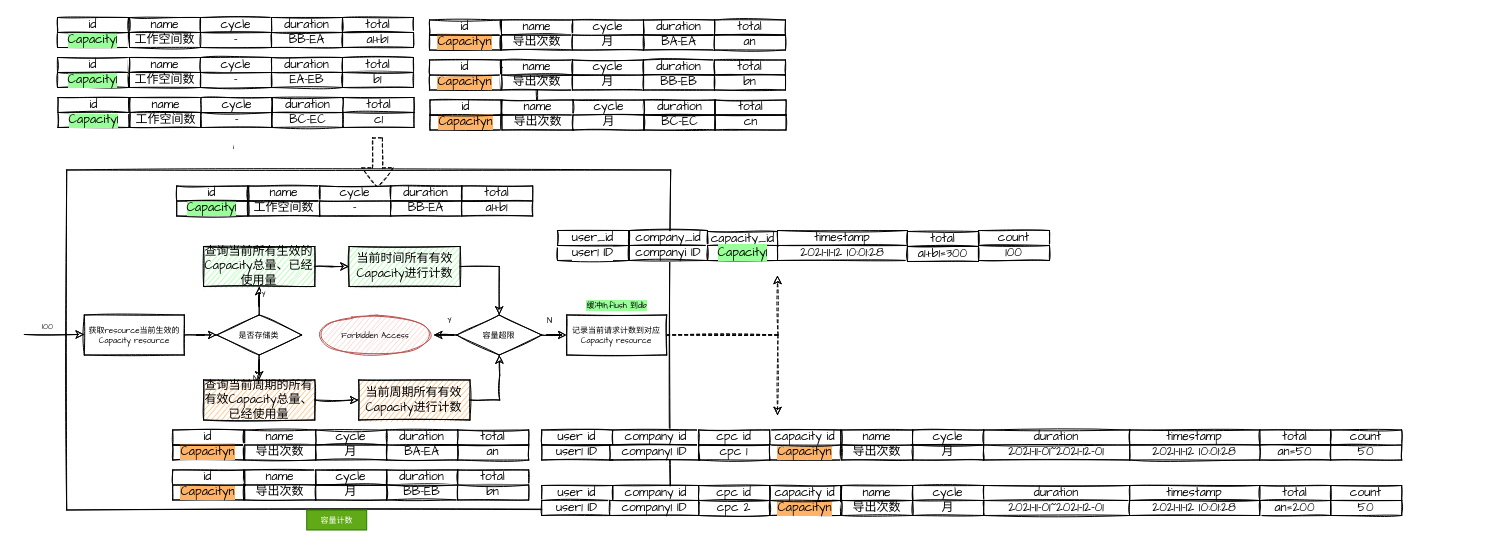
yindongjun/gangzhang.github.io keeps this draw.io diagram as page "Capacity Usage" (4 of 4) of Capacity Management.drawio. Above is the earlier version. Source tidied: cells renumbered, new cells numbered last; positions are measured from the earlier drawing's top-left corner, leaving out a move shared by most shapes. Both pictures are drawn from the tidied source at 100%, with x=0, y=0 at pixel (24, 17).
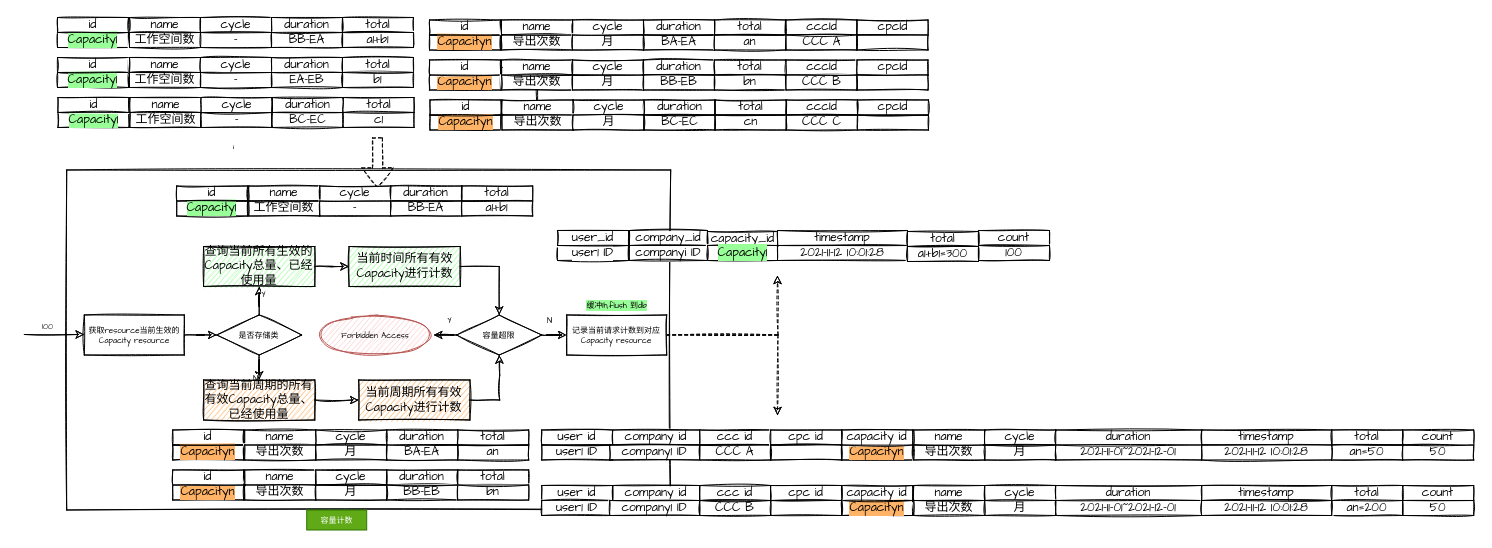
The same page after the edit.

What changed in the source:
```diff
@@
     <mxCell id="134" value="&lt;span style=&quot;background-color: rgb(255 , 179 , 102)&quot;&gt;Capacityn&lt;/span&gt;" style="rounded=0;whiteSpace=wrap;html=1;shadow=0;sketch=1;fontFamily=Comic Sans MS;" parent="1" vertex="1">
-      <mxGeometry x="745.2" y="427.5" width="71" height="15" as="geometry" />
+      <mxGeometry x="817.2" y="427.5" width="71" height="15" as="geometry" />
     </mxCell>
     <mxCell id="135" value="capacity id" style="rounded=0;whiteSpace=wrap;html=1;shadow=0;sketch=1;fontFamily=Comic Sans MS;" parent="1" vertex="1">
-      <mxGeometry x="745.2" y="412.5" width="71" height="15" as="geometry" />
+      <mxGeometry x="817.2" y="412.5" width="71" height="15" as="geometry" />
     </mxCell>
     <mxCell id="136" value="name" style="rounded=0;whiteSpace=wrap;html=1;shadow=0;sketch=1;fontFamily=Comic Sans MS;" parent="1" vertex="1">
-      <mxGeometry x="817.2" y="412.5" width="71" height="15" as="geometry" />
+      <mxGeometry x="889.2" y="412.5" width="71" height="15" as="geometry" />
     </mxCell>
     <mxCell id="137" value="cycle" style="rounded=0;whiteSpace=wrap;html=1;shadow=0;sketch=1;fontFamily=Comic Sans MS;" parent="1" vertex="1">
-      <mxGeometry x="888.2" y="412.5" width="71" height="15" as="geometry" />
+      <mxGeometry x="960.2" y="412.5" width="71" height="15" as="geometry" />
     </mxCell>
     <mxCell id="138" value="duration" style="rounded=0;whiteSpace=wrap;html=1;shadow=0;sketch=1;fontFamily=Comic Sans MS;" parent="1" vertex="1">
-      <mxGeometry x="959.2" y="412.5" width="146" height="15" as="geometry" />
+      <mxGeometry x="1031.2" y="412.5" width="146" height="15" as="geometry" />
     </mxCell>
     <mxCell id="139" value="导出次数" style="rounded=0;whiteSpace=wrap;html=1;shadow=0;sketch=1;fontFamily=Comic Sans MS;" parent="1" vertex="1">
-      <mxGeometry x="817.2" y="427.5" width="71" height="15" as="geometry" />
+      <mxGeometry x="889.2" y="427.5" width="71" height="15" as="geometry" />
     </mxCell>
     <mxCell id="140" value="月" style="rounded=0;whiteSpace=wrap;html=1;shadow=0;sketch=1;fontFamily=Comic Sans MS;" parent="1" vertex="1">
-      <mxGeometry x="888.2" y="427.5" width="71" height="15" as="geometry" />
+      <mxGeometry x="960.2" y="427.5" width="71" height="15" as="geometry" />
     </mxCell>
     <mxCell id="141" value="2021-11-01~2021-12-01" style="rounded=0;whiteSpace=wrap;html=1;shadow=0;sketch=1;fontFamily=Comic Sans MS;" parent="1" vertex="1">
-      <mxGeometry x="959.2" y="427.5" width="146" height="15" as="geometry" />
+      <mxGeometry x="1031.2" y="427.5" width="146" height="15" as="geometry" />
     </mxCell>
     <mxCell id="142" value="total" style="rounded=0;whiteSpace=wrap;html=1;shadow=0;sketch=1;fontFamily=Comic Sans MS;" parent="1" vertex="1">
-      <mxGeometry x="1235.2" y="412.5" width="71" height="15" as="geometry" />
+      <mxGeometry x="1307.2" y="412.5" width="71" height="15" as="geometry" />
     </mxCell>
     <mxCell id="143" value="an=50" style="rounded=0;whiteSpace=wrap;html=1;shadow=0;sketch=1;fontFamily=Comic Sans MS;" parent="1" vertex="1">
-      <mxGeometry x="1235.2" y="427.5" width="71" height="15" as="geometry" />
+      <mxGeometry x="1307.2" y="427.5" width="71" height="15" as="geometry" />
     </mxCell>
@@
-    <mxCell id="148" value="cpc id" style="rounded=0;whiteSpace=wrap;html=1;shadow=0;sketch=1;fontFamily=Comic Sans MS;" parent="1" vertex="1">
-      <mxGeometry x="674.2" y="412.5" width="71" height="15" as="geometry" />
-    </mxCell>
-    <mxCell id="149" value="cpc 1" style="rounded=0;whiteSpace=wrap;html=1;shadow=0;sketch=1;fontFamily=Comic Sans MS;" parent="1" vertex="1">
-      <mxGeometry x="674.2" y="427.5" width="71" height="15" as="geometry" />
-    </mxCell>
     <mxCell id="150" value="timestamp" style="rounded=0;whiteSpace=wrap;html=1;shadow=0;sketch=1;fontFamily=Comic Sans MS;" parent="1" vertex="1">
-      <mxGeometry x="1105.2" y="412.5" width="130" height="15" as="geometry" />
+      <mxGeometry x="1177.2" y="412.5" width="130" height="15" as="geometry" />
     </mxCell>
     <mxCell id="151" value="2021-11-12 10:01:28" style="rounded=0;whiteSpace=wrap;html=1;shadow=0;sketch=1;fontFamily=Comic Sans MS;" parent="1" vertex="1">
-      <mxGeometry x="1105.2" y="427.5" width="130" height="15" as="geometry" />
+      <mxGeometry x="1177.2" y="427.5" width="130" height="15" as="geometry" />
     </mxCell>
     <mxCell id="152" value="count" style="rounded=0;whiteSpace=wrap;html=1;shadow=0;sketch=1;fontFamily=Comic Sans MS;" parent="1" vertex="1">
-      <mxGeometry x="1306.2" y="412.5" width="71" height="15" as="geometry" />
+      <mxGeometry x="1378.2" y="412.5" width="71" height="15" as="geometry" />
     </mxCell>
     <mxCell id="153" value="50" style="rounded=0;whiteSpace=wrap;html=1;shadow=0;sketch=1;fontFamily=Comic Sans MS;" parent="1" vertex="1">
-      <mxGeometry x="1306.2" y="427.5" width="71" height="15" as="geometry" />
+      <mxGeometry x="1378.2" y="427.5" width="71" height="15" as="geometry" />
     </mxCell>
@@
     <mxCell id="156" value="&lt;span style=&quot;background-color: rgb(255 , 179 , 102)&quot;&gt;Capacityn&lt;/span&gt;" style="rounded=0;whiteSpace=wrap;html=1;shadow=0;sketch=1;fontFamily=Comic Sans MS;" parent="1" vertex="1">
-      <mxGeometry x="745.2" y="483" width="71" height="15" as="geometry" />
+      <mxGeometry x="817.2" y="483" width="71" height="15" as="geometry" />
     </mxCell>
     <mxCell id="157" value="capacity id" style="rounded=0;whiteSpace=wrap;html=1;shadow=0;sketch=1;fontFamily=Comic Sans MS;" parent="1" vertex="1">
-      <mxGeometry x="745.2" y="468" width="71" height="15" as="geometry" />
+      <mxGeometry x="817.2" y="468" width="71" height="15" as="geometry" />
     </mxCell>
     <mxCell id="158" value="name" style="rounded=0;whiteSpace=wrap;html=1;shadow=0;sketch=1;fontFamily=Comic Sans MS;" parent="1" vertex="1">
-      <mxGeometry x="817.2" y="468" width="71" height="15" as="geometry" />
+      <mxGeometry x="889.2" y="468" width="71" height="15" as="geometry" />
     </mxCell>
     <mxCell id="159" value="cycle" style="rounded=0;whiteSpace=wrap;html=1;shadow=0;sketch=1;fontFamily=Comic Sans MS;" parent="1" vertex="1">
-      <mxGeometry x="888.2" y="468" width="71" height="15" as="geometry" />
+      <mxGeometry x="960.2" y="468" width="71" height="15" as="geometry" />
     </mxCell>
     <mxCell id="160" value="duration" style="rounded=0;whiteSpace=wrap;html=1;shadow=0;sketch=1;fontFamily=Comic Sans MS;" parent="1" vertex="1">
-      <mxGeometry x="959.2" y="468" width="146" height="15" as="geometry" />
+      <mxGeometry x="1031.2" y="468" width="146" height="15" as="geometry" />
     </mxCell>
     <mxCell id="161" value="导出次数" style="rounded=0;whiteSpace=wrap;html=1;shadow=0;sketch=1;fontFamily=Comic Sans MS;" parent="1" vertex="1">
-      <mxGeometry x="817.2" y="483" width="71" height="15" as="geometry" />
+      <mxGeometry x="889.2" y="483" width="71" height="15" as="geometry" />
     </mxCell>
     <mxCell id="162" value="月" style="rounded=0;whiteSpace=wrap;html=1;shadow=0;sketch=1;fontFamily=Comic Sans MS;" parent="1" vertex="1">
-      <mxGeometry x="888.2" y="483" width="71" height="15" as="geometry" />
+      <mxGeometry x="960.2" y="483" width="71" height="15" as="geometry" />
     </mxCell>
     <mxCell id="163" value="2021-11-01~2021-12-01" style="rounded=0;whiteSpace=wrap;html=1;shadow=0;sketch=1;fontFamily=Comic Sans MS;" parent="1" vertex="1">
-      <mxGeometry x="959.2" y="483" width="146" height="15" as="geometry" />
+      <mxGeometry x="1031.2" y="483" width="146" height="15" as="geometry" />
     </mxCell>
     <mxCell id="164" value="total" style="rounded=0;whiteSpace=wrap;html=1;shadow=0;sketch=1;fontFamily=Comic Sans MS;" parent="1" vertex="1">
-      <mxGeometry x="1235.2" y="468" width="71" height="15" as="geometry" />
+      <mxGeometry x="1307.2" y="468" width="71" height="15" as="geometry" />
     </mxCell>
     <mxCell id="165" value="an=200" style="rounded=0;whiteSpace=wrap;html=1;shadow=0;sketch=1;fontFamily=Comic Sans MS;" parent="1" vertex="1">
-      <mxGeometry x="1235.2" y="483" width="71" height="15" as="geometry" />
+      <mxGeometry x="1307.2" y="483" width="71" height="15" as="geometry" />
     </mxCell>
@@
-    <mxCell id="170" value="cpc id" style="rounded=0;whiteSpace=wrap;html=1;shadow=0;sketch=1;fontFamily=Comic Sans MS;" parent="1" vertex="1">
-      <mxGeometry x="674.2" y="468" width="71" height="15" as="geometry" />
-    </mxCell>
-    <mxCell id="171" value="cpc 2" style="rounded=0;whiteSpace=wrap;html=1;shadow=0;sketch=1;fontFamily=Comic Sans MS;" parent="1" vertex="1">
-      <mxGeometry x="674.2" y="483" width="71" height="15" as="geometry" />
-    </mxCell>
     <mxCell id="172" value="timestamp" style="rounded=0;whiteSpace=wrap;html=1;shadow=0;sketch=1;fontFamily=Comic Sans MS;" parent="1" vertex="1">
-      <mxGeometry x="1105.2" y="468" width="130" height="15" as="geometry" />
+      <mxGeometry x="1177.2" y="468" width="130" height="15" as="geometry" />
     </mxCell>
     <mxCell id="173" value="2021-11-12 10:01:28" style="rounded=0;whiteSpace=wrap;html=1;shadow=0;sketch=1;fontFamily=Comic Sans MS;" parent="1" vertex="1">
-      <mxGeometry x="1105.2" y="483" width="130" height="15" as="geometry" />
+      <mxGeometry x="1177.2" y="483" width="130" height="15" as="geometry" />
     </mxCell>
     <mxCell id="174" value="count" style="rounded=0;whiteSpace=wrap;html=1;shadow=0;sketch=1;fontFamily=Comic Sans MS;" parent="1" vertex="1">
-      <mxGeometry x="1306.2" y="468" width="71" height="15" as="geometry" />
+      <mxGeometry x="1378.2" y="468" width="71" height="15" as="geometry" />
     </mxCell>
     <mxCell id="175" value="50" style="rounded=0;whiteSpace=wrap;html=1;shadow=0;sketch=1;fontFamily=Comic Sans MS;" parent="1" vertex="1">
-      <mxGeometry x="1306.2" y="483" width="71" height="15" as="geometry" />
+      <mxGeometry x="1378.2" y="483" width="71" height="15" as="geometry" />
     </mxCell>
+    <mxCell id="176" value="cccId" style="rounded=0;whiteSpace=wrap;html=1;shadow=0;sketch=1;fontFamily=Comic Sans MS;" parent="1" vertex="1">
+      <mxGeometry x="761.5" y="2.5" width="71" height="15" as="geometry" />
+    </mxCell>
+    <mxCell id="177" value="CCC A" style="rounded=0;whiteSpace=wrap;html=1;shadow=0;sketch=1;fontFamily=Comic Sans MS;" parent="1" vertex="1">
+      <mxGeometry x="761.5" y="17.5" width="71" height="15" as="geometry" />
+    </mxCell>
+    <mxCell id="178" value="cpcId" style="rounded=0;whiteSpace=wrap;html=1;shadow=0;sketch=1;fontFamily=Comic Sans MS;" parent="1" vertex="1">
+      <mxGeometry x="832.5" y="2.5" width="71" height="15" as="geometry" />
+    </mxCell>
+    <mxCell id="179" style="rounded=0;whiteSpace=wrap;html=1;shadow=0;sketch=1;fontFamily=Comic Sans MS;" parent="1" vertex="1">
+      <mxGeometry x="832.5" y="17.5" width="71" height="15" as="geometry" />
+    </mxCell>
+    <mxCell id="180" value="cccId" style="rounded=0;whiteSpace=wrap;html=1;shadow=0;sketch=1;fontFamily=Comic Sans MS;" parent="1" vertex="1">
+      <mxGeometry x="761.5" y="42.5" width="71" height="15" as="geometry" />
+    </mxCell>
+    <mxCell id="181" value="CCC B" style="rounded=0;whiteSpace=wrap;html=1;shadow=0;sketch=1;fontFamily=Comic Sans MS;" parent="1" vertex="1">
+      <mxGeometry x="761.5" y="57.5" width="71" height="15" as="geometry" />
+    </mxCell>
+    <mxCell id="182" value="cpcId" style="rounded=0;whiteSpace=wrap;html=1;shadow=0;sketch=1;fontFamily=Comic Sans MS;" parent="1" vertex="1">
+      <mxGeometry x="832.5" y="42.5" width="71" height="15" as="geometry" />
+    </mxCell>
+    <mxCell id="183" value="&amp;nbsp;" style="rounded=0;whiteSpace=wrap;html=1;shadow=0;sketch=1;fontFamily=Comic Sans MS;" parent="1" vertex="1">
+      <mxGeometry x="832.5" y="57.5" width="71" height="15" as="geometry" />
+    </mxCell>
+    <mxCell id="184" value="cccId" style="rounded=0;whiteSpace=wrap;html=1;shadow=0;sketch=1;fontFamily=Comic Sans MS;" parent="1" vertex="1">
+      <mxGeometry x="762" y="82.5" width="71" height="15" as="geometry" />
+    </mxCell>
+    <mxCell id="185" value="CCC C" style="rounded=0;whiteSpace=wrap;html=1;shadow=0;sketch=1;fontFamily=Comic Sans MS;" parent="1" vertex="1">
+      <mxGeometry x="762" y="97.5" width="71" height="15" as="geometry" />
+    </mxCell>
+    <mxCell id="186" value="cpcId" style="rounded=0;whiteSpace=wrap;html=1;shadow=0;sketch=1;fontFamily=Comic Sans MS;" parent="1" vertex="1">
+      <mxGeometry x="833" y="82.5" width="71" height="15" as="geometry" />
+    </mxCell>
+    <mxCell id="187" value="&amp;nbsp;" style="rounded=0;whiteSpace=wrap;html=1;shadow=0;sketch=1;fontFamily=Comic Sans MS;" parent="1" vertex="1">
+      <mxGeometry x="833" y="97.5" width="71" height="15" as="geometry" />
+    </mxCell>
+    <mxCell id="188" value="ccc id" style="rounded=0;whiteSpace=wrap;html=1;shadow=0;sketch=1;fontFamily=Comic Sans MS;" parent="1" vertex="1">
+      <mxGeometry x="675.2" y="412.5" width="71" height="15" as="geometry" />
+    </mxCell>
+    <mxCell id="189" value="CCC A" style="rounded=0;whiteSpace=wrap;html=1;shadow=0;sketch=1;fontFamily=Comic Sans MS;" parent="1" vertex="1">
+      <mxGeometry x="675.2" y="427.5" width="71" height="15" as="geometry" />
+    </mxCell>
+    <mxCell id="190" value="cpc id" style="rounded=0;whiteSpace=wrap;html=1;shadow=0;sketch=1;fontFamily=Comic Sans MS;" parent="1" vertex="1">
+      <mxGeometry x="746.2" y="412.5" width="71" height="15" as="geometry" />
+    </mxCell>
+    <mxCell id="191" style="rounded=0;whiteSpace=wrap;html=1;shadow=0;sketch=1;fontFamily=Comic Sans MS;" parent="1" vertex="1">
+      <mxGeometry x="746.2" y="427.5" width="71" height="15" as="geometry" />
+    </mxCell>
+    <mxCell id="192" value="ccc id" style="rounded=0;whiteSpace=wrap;html=1;shadow=0;sketch=1;fontFamily=Comic Sans MS;" parent="1" vertex="1">
+      <mxGeometry x="675.2" y="468" width="71" height="15" as="geometry" />
+    </mxCell>
+    <mxCell id="193" value="CCC B" style="rounded=0;whiteSpace=wrap;html=1;shadow=0;sketch=1;fontFamily=Comic Sans MS;" parent="1" vertex="1">
+      <mxGeometry x="675.2" y="483" width="71" height="15" as="geometry" />
+    </mxCell>
+    <mxCell id="194" value="cpc id" style="rounded=0;whiteSpace=wrap;html=1;shadow=0;sketch=1;fontFamily=Comic Sans MS;" parent="1" vertex="1">
+      <mxGeometry x="746.2" y="468" width="71" height="15" as="geometry" />
+    </mxCell>
+    <mxCell id="195" value="&amp;nbsp;" style="rounded=0;whiteSpace=wrap;html=1;shadow=0;sketch=1;fontFamily=Comic Sans MS;" parent="1" vertex="1">
+      <mxGeometry x="746.2" y="483" width="71" height="15" as="geometry" />
+    </mxCell>
```
